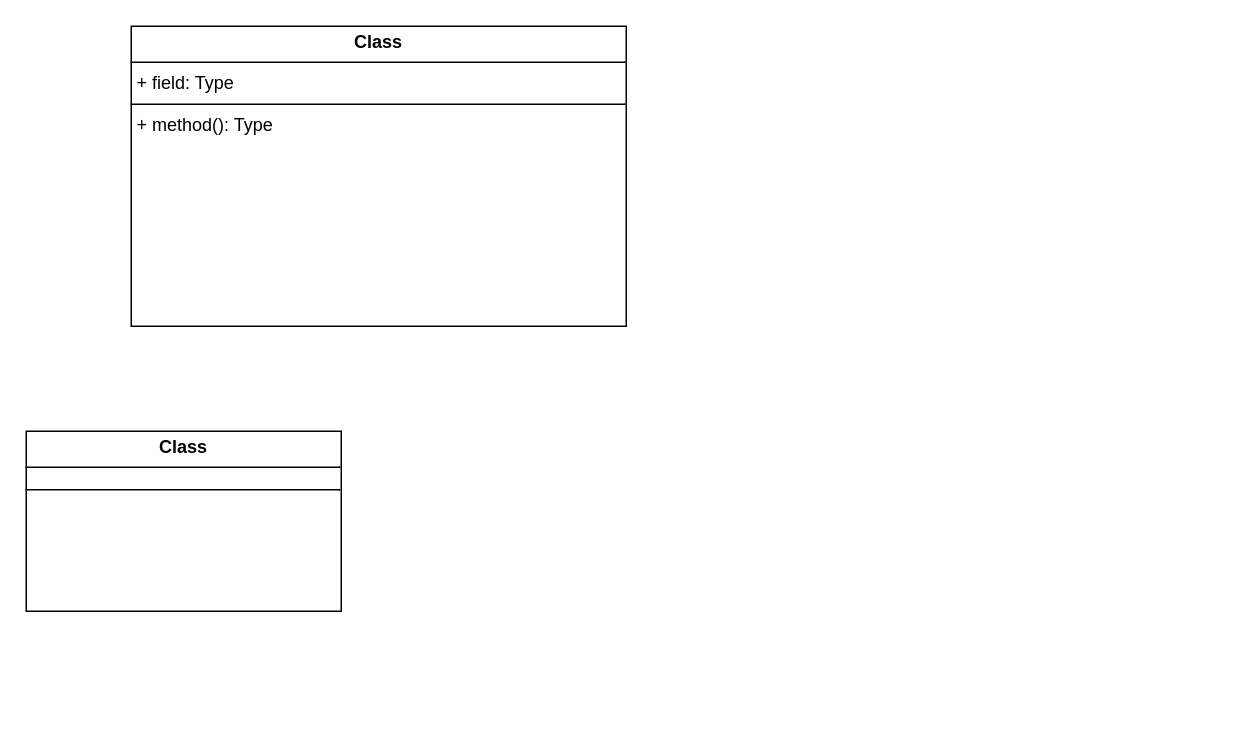
The draw.io diagram ClassWorks/未命名绘图.drawio in Yaozongbin0828/UMLetDraw, before the edit. Source tidied: cells renumbered, new cells numbered last; positions are measured from the earlier drawing's top-left corner, leaving out a move shared by most shapes. Both pictures are drawn from the tidied source at 150%, with x=0, y=0 at pixel (26, 26).
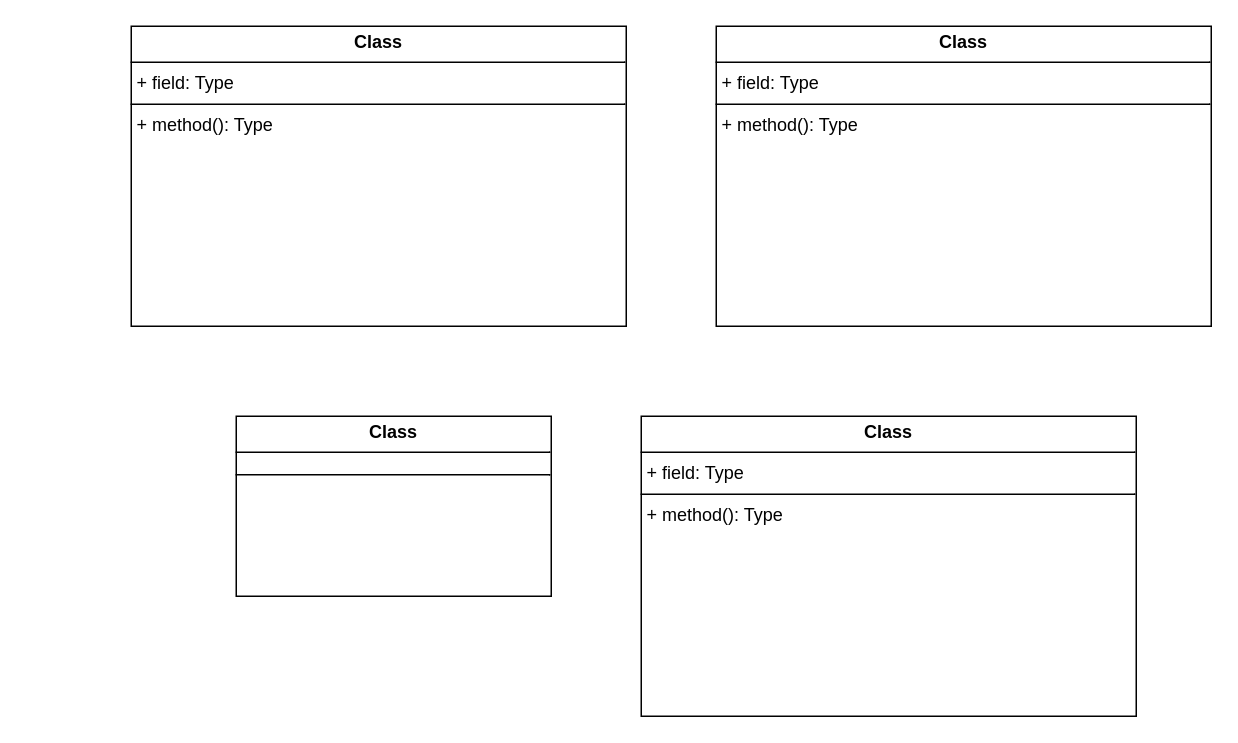
Above is the later version.

Commit message:
更新未命名绘图.drawio

Change to the diagram source:
```diff
@@
 <mxGraphModel>
   <root>
     <mxCell id="0" />
     <mxCell id="1" parent="0" />
     <mxCell id="2" value="&lt;p style=&quot;margin:0px;margin-top:4px;text-align:center;&quot;&gt;&lt;b&gt;Class&lt;/b&gt;&lt;/p&gt;&lt;hr size=&quot;1&quot; style=&quot;border-style:solid;&quot;/&gt;&lt;p style=&quot;margin:0px;margin-left:4px;&quot;&gt;+ field: Type&lt;/p&gt;&lt;hr size=&quot;1&quot; style=&quot;border-style:solid;&quot;/&gt;&lt;p style=&quot;margin:0px;margin-left:4px;&quot;&gt;+ method(): Type&lt;/p&gt;" style="verticalAlign=top;align=left;overflow=fill;html=1;whiteSpace=wrap;" parent="1" vertex="1">
       <mxGeometry x="70" width="330" height="200" as="geometry" />
     </mxCell>
     <mxCell id="3" value="&lt;p style=&quot;margin:0px;margin-top:4px;text-align:center;&quot;&gt;&lt;b&gt;Class&lt;/b&gt;&lt;/p&gt;&lt;hr size=&quot;1&quot; style=&quot;border-style:solid;&quot;/&gt;&lt;div style=&quot;height:2px;&quot;&gt;&lt;/div&gt;&lt;hr size=&quot;1&quot; style=&quot;border-style:solid;&quot;/&gt;&lt;div style=&quot;height:2px;&quot;&gt;&lt;/div&gt;" style="verticalAlign=top;align=left;overflow=fill;html=1;whiteSpace=wrap;" parent="1" vertex="1">
-      <mxGeometry y="270" width="210" height="120" as="geometry" />
+      <mxGeometry x="140" y="260" width="210" height="120" as="geometry" />
     </mxCell>
+    <mxCell id="4" value="&lt;p style=&quot;margin:0px;margin-top:4px;text-align:center;&quot;&gt;&lt;b&gt;Class&lt;/b&gt;&lt;/p&gt;&lt;hr size=&quot;1&quot; style=&quot;border-style:solid;&quot;/&gt;&lt;p style=&quot;margin:0px;margin-left:4px;&quot;&gt;+ field: Type&lt;/p&gt;&lt;hr size=&quot;1&quot; style=&quot;border-style:solid;&quot;/&gt;&lt;p style=&quot;margin:0px;margin-left:4px;&quot;&gt;+ method(): Type&lt;/p&gt;" style="verticalAlign=top;align=left;overflow=fill;html=1;whiteSpace=wrap;" parent="1" vertex="1">
+      <mxGeometry x="460" width="330" height="200" as="geometry" />
+    </mxCell>
+    <mxCell id="5" value="&lt;p style=&quot;margin:0px;margin-top:4px;text-align:center;&quot;&gt;&lt;b&gt;Class&lt;/b&gt;&lt;/p&gt;&lt;hr size=&quot;1&quot; style=&quot;border-style:solid;&quot;/&gt;&lt;p style=&quot;margin:0px;margin-left:4px;&quot;&gt;+ field: Type&lt;/p&gt;&lt;hr size=&quot;1&quot; style=&quot;border-style:solid;&quot;/&gt;&lt;p style=&quot;margin:0px;margin-left:4px;&quot;&gt;+ method(): Type&lt;/p&gt;" style="verticalAlign=top;align=left;overflow=fill;html=1;whiteSpace=wrap;" parent="1" vertex="1">
+      <mxGeometry x="410" y="260" width="330" height="200" as="geometry" />
+    </mxCell>
   </root>
 </mxGraphModel>
```
